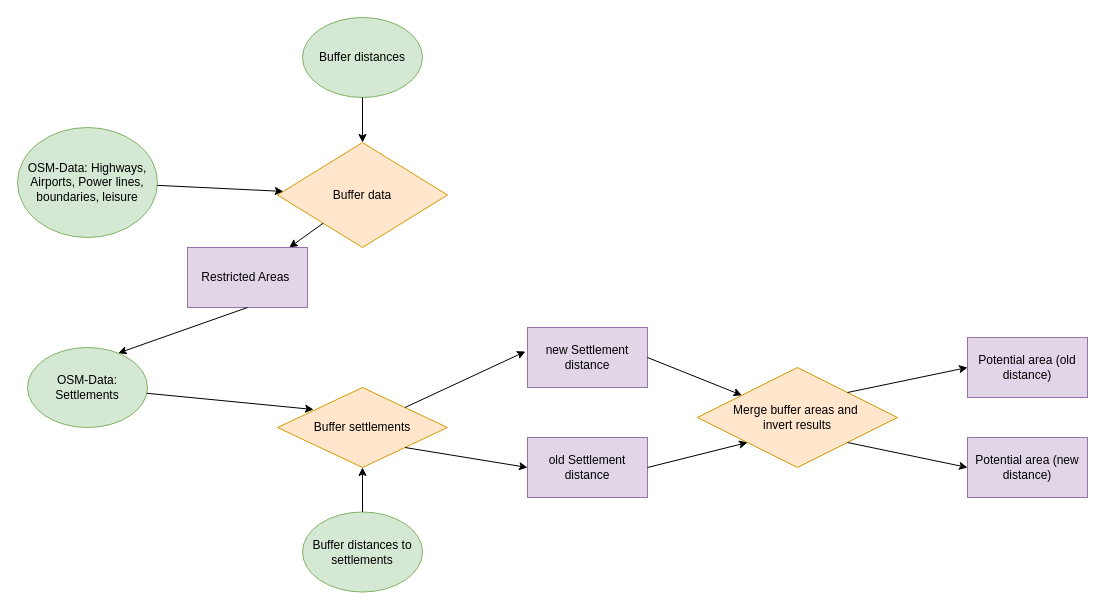
Earlier version of the draw.io diagram Project_Group5_Workflow_part1.drawio (UlrikeLorenz/Final_Project_Group5). Source tidied: cells renumbered, new cells numbered last; positions are measured from the earlier drawing's top-left corner, leaving out a move shared by most shapes. Both pictures are drawn from the tidied source at 100%, with x=0, y=0 at pixel (17, 17).
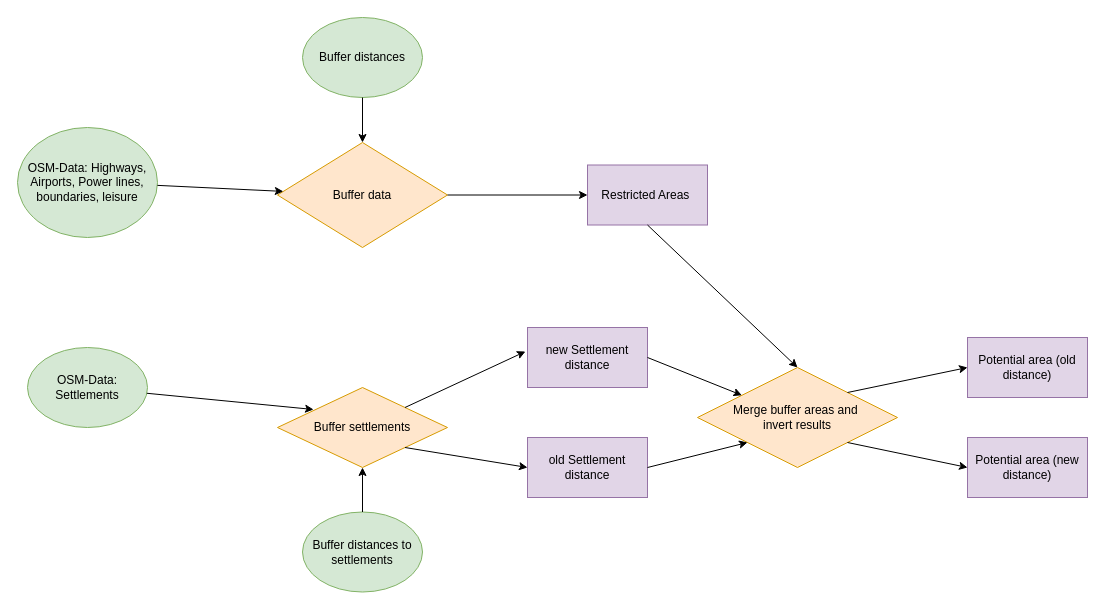
The same page after the edit.

Unchanged cells that the change refers to:
```xml
<mxCell id="3" value="OSM-Data: Settlements" style="ellipse;whiteSpace=wrap;html=1;fillColor=#d5e8d4;strokeColor=#82b366;" parent="1" vertex="1">
  <mxGeometry x="10" y="330" width="120" height="80" as="geometry" />
</mxCell>
<mxCell id="12" value="Merge buffer areas and&amp;nbsp;&lt;br&gt;invert results" style="rhombus;whiteSpace=wrap;html=1;fillColor=#ffe6cc;strokeColor=#d79b00;" parent="1" vertex="1">
  <mxGeometry x="680" y="350" width="200" height="100" as="geometry" />
</mxCell>
```

What changed in the source:
```diff
@@
     <mxCell id="15" value="Restricted Areas&amp;nbsp;" style="rounded=0;whiteSpace=wrap;html=1;fillColor=#e1d5e7;strokeColor=#9673a6;" parent="1" vertex="1">
-      <mxGeometry x="170" y="230" width="120" height="60" as="geometry" />
+      <mxGeometry x="570" y="147.5" width="120" height="60" as="geometry" />
     </mxCell>
@@
-    <mxCell id="19" style="endArrow=classic;html=1;entryX=0.756;entryY=0.07;entryDx=0;entryDy=0;exitX=0.5;exitY=1;exitDx=0;exitDy=0;entryPerimeter=0;" parent="1" edge="1" source="15" target="3">
+    <mxCell id="19" style="endArrow=classic;html=1;entryX=0.5;entryY=0;entryDx=0;entryDy=0;exitX=0.5;exitY=1;exitDx=0;exitDy=0;" parent="1" edge="1" source="15" target="12">
       <mxGeometry relative="1" as="geometry" />
     </mxCell>
```
